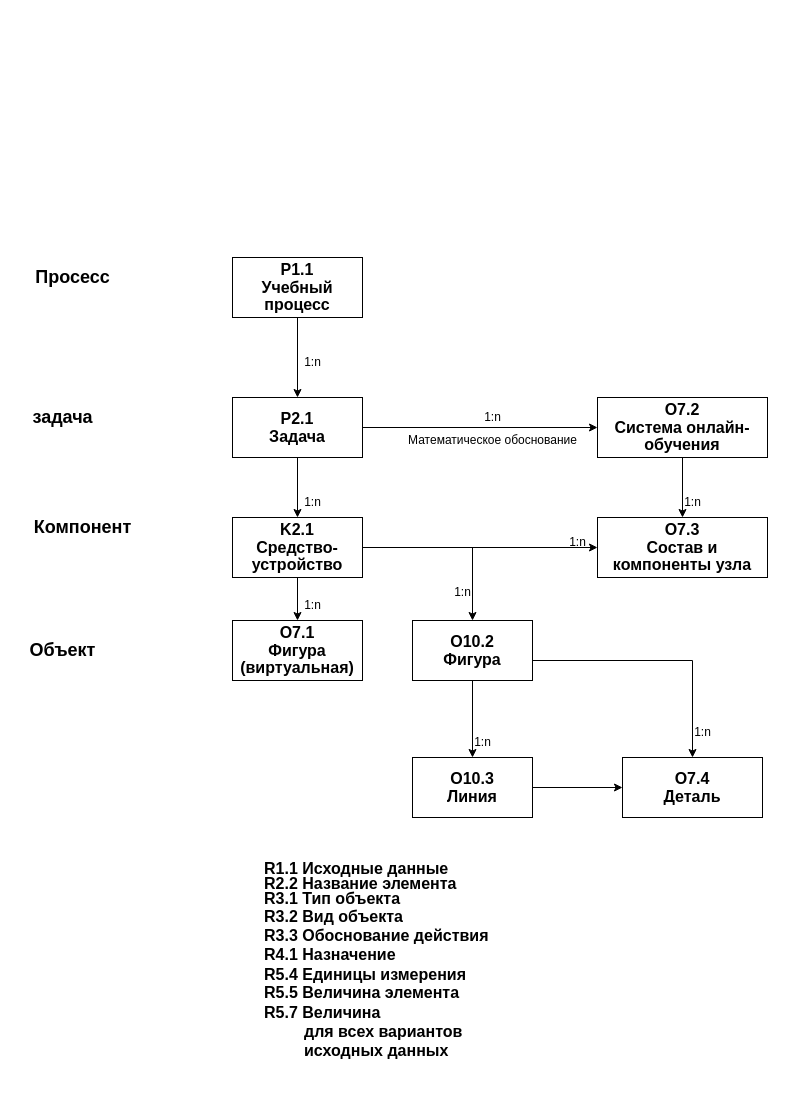
The draw.io diagram МАиПАС.drawio in BrimoKG/hello-world, before the edit. Source tidied: cells renumbered, new cells numbered last; positions are measured from the earlier drawing's top-left corner, leaving out a move shared by most shapes. Both pictures are drawn from the tidied source at 100%, with x=0, y=0 at pixel (17, 257).
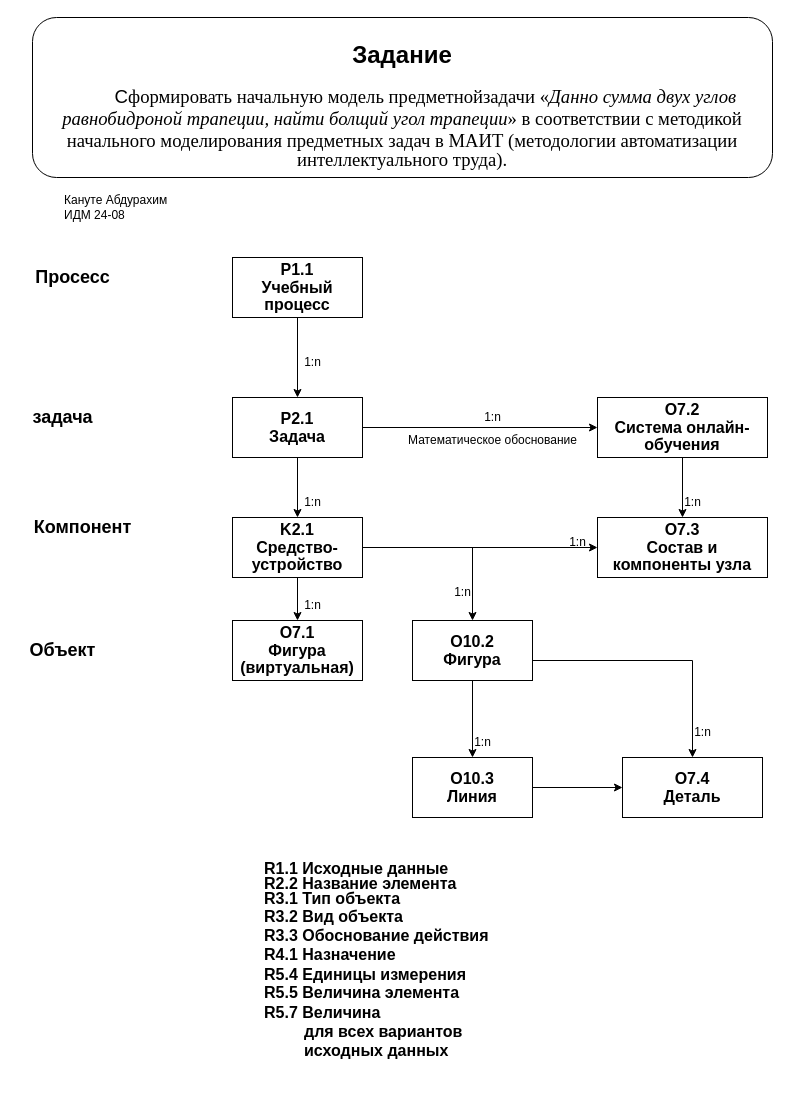
After the change.

Commit message (it also covers changes not shown here):
Mettre à jour МАиПАС.drawio

What changed in the source:
```diff
@@
+    <mxCell id="37" value="&lt;h1&gt;Задание&lt;/h1&gt;&lt;span style=&quot;font-size:14.0pt;mso-bidi-font-size:11.0pt;line-height:106%;&lt;br/&gt;font-family:&amp;quot;Times New Roman&amp;quot;,serif;mso-fareast-font-family:Calibri;mso-fareast-theme-font:&lt;br/&gt;minor-latin;mso-ansi-language:RU;mso-fareast-language:EN-US;mso-bidi-language:&lt;br/&gt;AR-SA&quot;&gt;&amp;nbsp;&amp;nbsp;&amp;nbsp;&amp;nbsp;&amp;nbsp;&amp;nbsp;&amp;nbsp;&amp;nbsp; &lt;/span&gt;&lt;span style=&quot;font-size:14.0pt;mso-bidi-font-size:11.0pt;line-height:106%;font-family:&lt;br/&gt;&amp;quot;Times New Roman&amp;quot;,serif;mso-fareast-font-family:Calibri;mso-fareast-theme-font:&lt;br/&gt;minor-latin;mso-ansi-language:EN-US;mso-fareast-language:EN-US;mso-bidi-language:&lt;br/&gt;AR-SA&quot; lang=&quot;EN-US&quot;&gt;C&lt;/span&gt;&lt;span style=&quot;font-size:14.0pt;mso-bidi-font-size:11.0pt;&lt;br/&gt;line-height:106%;font-family:&amp;quot;Times New Roman&amp;quot;,serif;mso-fareast-font-family:&lt;br/&gt;Calibri;mso-fareast-theme-font:minor-latin;mso-ansi-language:RU;mso-fareast-language:&lt;br/&gt;EN-US;mso-bidi-language:AR-SA&quot;&gt;формировать начальную модель предметнойзадачи «&lt;/span&gt;&lt;i&gt;&lt;span style=&quot;font-size:14.0pt;line-height:&lt;br/&gt;106%;font-family:&amp;quot;Times New Roman&amp;quot;,serif;mso-fareast-font-family:Calibri;&lt;br/&gt;mso-fareast-theme-font:minor-latin;mso-ansi-language:RU;mso-fareast-language:&lt;br/&gt;EN-US;mso-bidi-language:AR-SA&quot;&gt;Данно сумма двух углов равнобидроной трапеции, найти болщий угол трапеции&lt;/span&gt;&lt;/i&gt;&lt;span style=&quot;font-size:14.0pt;mso-bidi-font-size:&lt;br/&gt;11.0pt;line-height:106%;font-family:&amp;quot;Times New Roman&amp;quot;,serif;mso-fareast-font-family:&lt;br/&gt;Calibri;mso-fareast-theme-font:minor-latin;mso-ansi-language:RU;mso-fareast-language:&lt;br/&gt;EN-US;mso-bidi-language:AR-SA&quot;&gt;» в соответствии с методикой начального моделирования предметных задач в МАИТ (методологии автоматизации интеллектуального труда).&lt;/span&gt;" style="rounded=1;whiteSpace=wrap;html=1;" parent="1" vertex="1">
+      <mxGeometry x="15" y="-240" width="740" height="160" as="geometry" />
+    </mxCell>
+    <mxCell id="38" value="Кануте Абдурахим&lt;div&gt;ИДМ 24-08&lt;/div&gt;" style="text;html=1;align=left;verticalAlign=middle;strokeColor=none;fillColor=none;" parent="1" vertex="1">
+      <mxGeometry x="45" y="-70" width="130" height="40" as="geometry" />
+    </mxCell>
```
